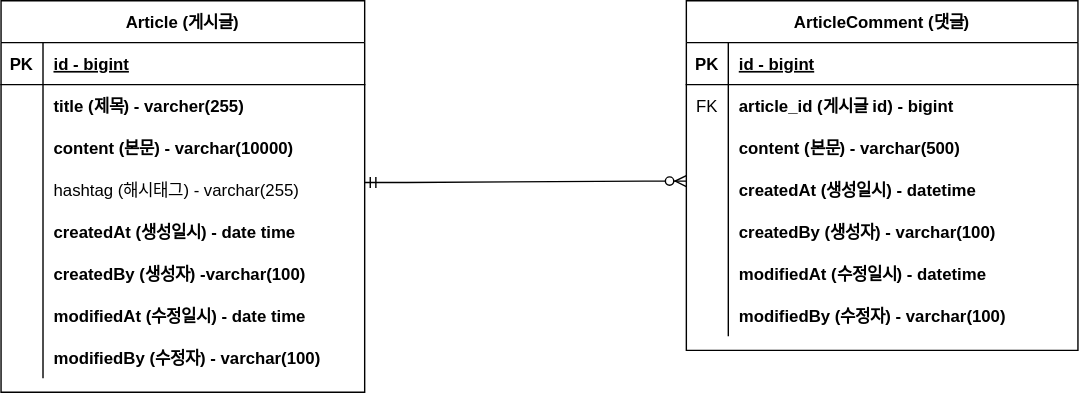
hyeon8571/board keeps this draw.io diagram as document/project-board-erd.svg. Above is the earlier version. Source tidied: cells renumbered, new cells last; positions are measured from the earlier drawing's top-left corner, leaving out a move shared by most shapes.
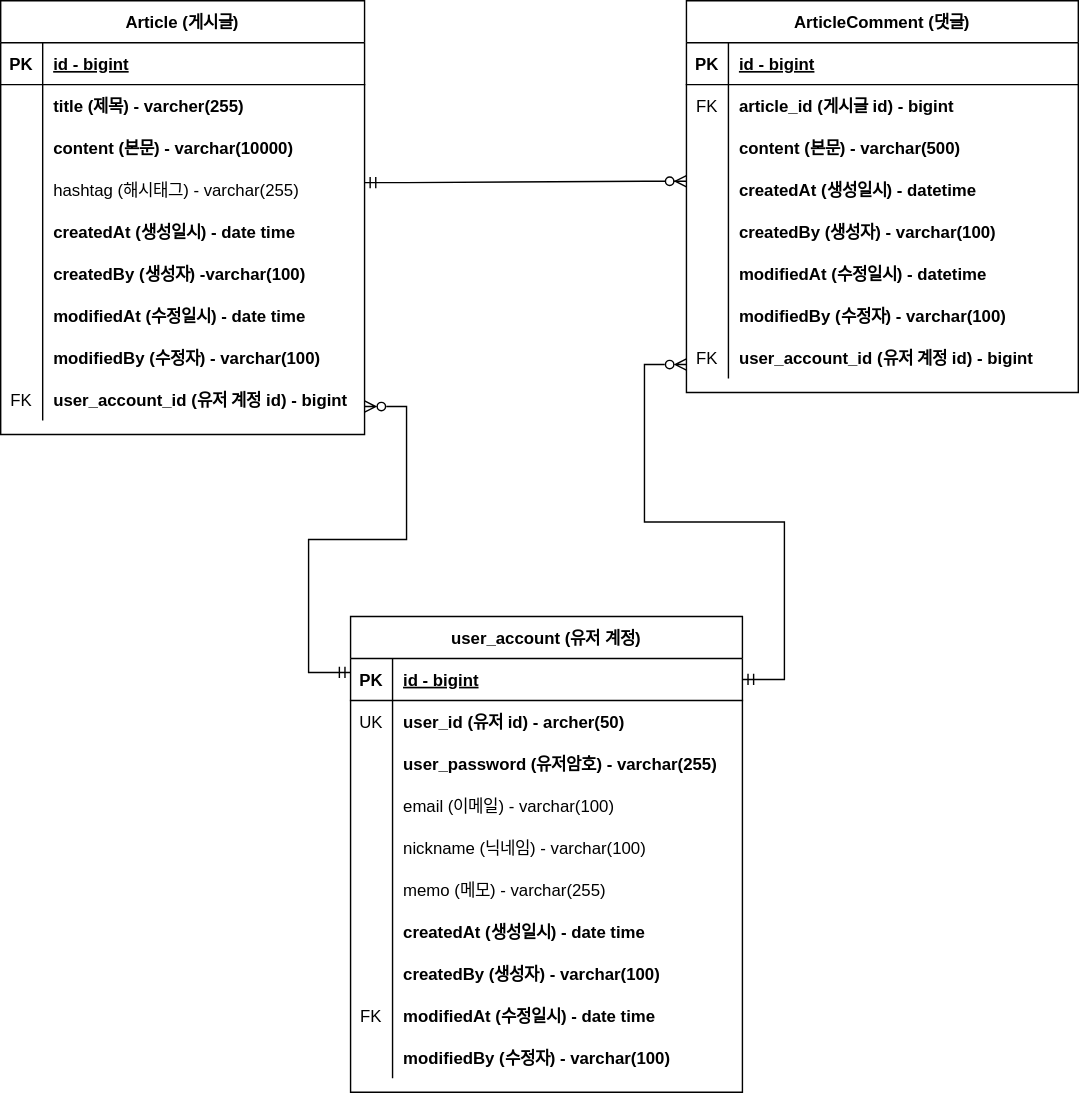
The same file after the commit.

Diff of the diagram source:
```diff
@@ -3,7 +3,7 @@
     <mxCell id="0" />
     <mxCell id="1" parent="0" />
     <mxCell id="2" value="Article (게시글)" style="shape=table;startSize=30;rowLines=0;fontStyle=1;align=center;" parent="1" vertex="1">
-      <mxGeometry width="260" height="280" as="geometry" />
+      <mxGeometry width="260" height="310" as="geometry" />
     </mxCell>
     <mxCell id="3" style="shape=partialRectangle;fillColor=none;top=0;left=0;right=0;bottom=1;" parent="2" vertex="1">
       <mxGeometry y="30" width="260" height="30" as="geometry" />
@@ -77,8 +77,17 @@
     <mxCell id="26" value="modifiedBy (수정자) - varchar(100)" style="shape=partialRectangle;overflow=hidden;fillColor=none;top=0;left=0;bottom=0;right=0;align=left;spacingLeft=6;fontStyle=1;" parent="24" vertex="1">
       <mxGeometry x="30" width="230" height="30" as="geometry" />
     </mxCell>
+    <mxCell id="50" style="shape=partialRectangle;fillColor=none;top=0;left=0;right=0;bottom=0;" parent="2" vertex="1">
+      <mxGeometry y="270" width="260" height="30" as="geometry" />
+    </mxCell>
+    <mxCell id="51" value="FK" style="shape=partialRectangle;overflow=hidden;fillColor=none;top=0;left=0;bottom=0;right=0;" parent="50" vertex="1">
+      <mxGeometry width="30" height="30" as="geometry" />
+    </mxCell>
+    <mxCell id="52" value="user_account_id (유저 계정 id) - bigint" style="shape=partialRectangle;overflow=hidden;fillColor=none;top=0;left=0;bottom=0;right=0;align=left;spacingLeft=6;fontStyle=1;" parent="50" vertex="1">
+      <mxGeometry x="30" width="230" height="30" as="geometry" />
+    </mxCell>
     <mxCell id="27" value="ArticleComment (댓글)" style="shape=table;startSize=30;rowLines=0;fontStyle=1;align=center;" parent="1" vertex="1">
-      <mxGeometry x="490" width="280" height="250" as="geometry" />
+      <mxGeometry x="490" width="280" height="280" as="geometry" />
     </mxCell>
     <mxCell id="28" style="shape=partialRectangle;fillColor=none;top=0;left=0;right=0;bottom=1;" parent="27" vertex="1">
       <mxGeometry y="30" width="280" height="30" as="geometry" />
@@ -143,6 +152,15 @@
     <mxCell id="48" value="modifiedBy (수정자) - varchar(100)" style="shape=partialRectangle;overflow=hidden;fillColor=none;top=0;left=0;bottom=0;right=0;align=left;spacingLeft=6;fontStyle=1;" parent="46" vertex="1">
       <mxGeometry x="30" width="250" height="30" as="geometry" />
     </mxCell>
+    <mxCell id="53" style="shape=partialRectangle;fillColor=none;top=0;left=0;right=0;bottom=0;" parent="27" vertex="1">
+      <mxGeometry y="240" width="280" height="30" as="geometry" />
+    </mxCell>
+    <mxCell id="54" value="FK" style="shape=partialRectangle;overflow=hidden;fillColor=none;top=0;left=0;bottom=0;right=0;" parent="53" vertex="1">
+      <mxGeometry width="30" height="30" as="geometry" />
+    </mxCell>
+    <mxCell id="55" value="user_account_id (유저 계정 id) - bigint" style="shape=partialRectangle;overflow=hidden;fillColor=none;top=0;left=0;bottom=0;right=0;align=left;spacingLeft=6;fontStyle=1;" parent="53" vertex="1">
+      <mxGeometry x="30" width="250" height="30" as="geometry" />
+    </mxCell>
     <mxCell id="49" style="edgeStyle=entityRelationEdgeStyle;fontSize=12;html=1;endArrow=ERzeroToMany;startArrow=ERmandOne;rounded=0;" parent="1" edge="1">
       <mxGeometry relative="1" as="geometry">
         <mxPoint x="260" y="130" as="sourcePoint" />
@@ -152,5 +170,116 @@
         </Array>
       </mxGeometry>
     </mxCell>
+    <mxCell id="56" value="user_account (유저 계정)" style="shape=table;startSize=30;rowLines=0;fontStyle=1;align=center;" parent="1" vertex="1">
+      <mxGeometry x="250" y="440" width="280" height="340" as="geometry" />
+    </mxCell>
+    <mxCell id="57" style="shape=partialRectangle;fillColor=none;points=[[0,0.5],[1,0.5]];portConstraint=eastwest;top=0;left=0;right=0;bottom=1;" parent="56" vertex="1">
+      <mxGeometry y="30" width="280" height="30" as="geometry" />
+    </mxCell>
+    <mxCell id="58" value="PK" style="shape=partialRectangle;overflow=hidden;fillColor=none;top=0;left=0;bottom=0;right=0;fontStyle=1;" parent="57" vertex="1">
+      <mxGeometry width="30" height="30" as="geometry" />
+    </mxCell>
+    <mxCell id="59" value="id - bigint" style="shape=partialRectangle;overflow=hidden;fillColor=none;top=0;left=0;bottom=0;right=0;align=left;spacingLeft=6;fontStyle=5;" parent="57" vertex="1">
+      <mxGeometry x="30" width="250" height="30" as="geometry" />
+    </mxCell>
+    <mxCell id="60" style="shape=partialRectangle;fillColor=none;top=0;left=0;right=0;bottom=0;" parent="56" vertex="1">
+      <mxGeometry y="60" width="280" height="30" as="geometry" />
+    </mxCell>
+    <mxCell id="61" value="UK" style="shape=partialRectangle;overflow=hidden;fillColor=none;top=0;left=0;bottom=0;right=0;" parent="60" vertex="1">
+      <mxGeometry width="30" height="30" as="geometry" />
+    </mxCell>
+    <mxCell id="62" value="user_id (유저 id) - archer(50)" style="shape=partialRectangle;overflow=hidden;fillColor=none;top=0;left=0;bottom=0;right=0;align=left;spacingLeft=6;fontStyle=1;" parent="60" vertex="1">
+      <mxGeometry x="30" width="250" height="30" as="geometry" />
+    </mxCell>
+    <mxCell id="63" style="shape=partialRectangle;fillColor=none;top=0;left=0;right=0;bottom=0;" parent="56" vertex="1">
+      <mxGeometry y="90" width="280" height="30" as="geometry" />
+    </mxCell>
+    <mxCell id="64" style="shape=partialRectangle;overflow=hidden;fillColor=none;top=0;left=0;bottom=0;right=0;" parent="63" vertex="1">
+      <mxGeometry width="30" height="30" as="geometry" />
+    </mxCell>
+    <mxCell id="65" value="user_password (유저암호) - varchar(255)" style="shape=partialRectangle;overflow=hidden;fillColor=none;top=0;left=0;bottom=0;right=0;align=left;spacingLeft=6;fontStyle=1;" parent="63" vertex="1">
+      <mxGeometry x="30" width="250" height="30" as="geometry" />
+    </mxCell>
+    <mxCell id="66" style="shape=partialRectangle;fillColor=none;top=0;left=0;right=0;bottom=0;" parent="56" vertex="1">
+      <mxGeometry y="120" width="280" height="30" as="geometry" />
+    </mxCell>
+    <mxCell id="67" style="shape=partialRectangle;overflow=hidden;fillColor=none;top=0;left=0;bottom=0;right=0;" parent="66" vertex="1">
+      <mxGeometry width="30" height="30" as="geometry" />
+    </mxCell>
+    <mxCell id="68" value="email (이메일) - varchar(100)" style="shape=partialRectangle;overflow=hidden;fillColor=none;top=0;left=0;bottom=0;right=0;align=left;spacingLeft=6;" parent="66" vertex="1">
+      <mxGeometry x="30" width="250" height="30" as="geometry" />
+    </mxCell>
+    <mxCell id="69" style="shape=partialRectangle;fillColor=none;top=0;left=0;right=0;bottom=0;" parent="56" vertex="1">
+      <mxGeometry y="150" width="280" height="30" as="geometry" />
+    </mxCell>
+    <mxCell id="70" style="shape=partialRectangle;overflow=hidden;fillColor=none;top=0;left=0;bottom=0;right=0;" parent="69" vertex="1">
+      <mxGeometry width="30" height="30" as="geometry" />
+    </mxCell>
+    <mxCell id="71" value="nickname (닉네임) - varchar(100)" style="shape=partialRectangle;overflow=hidden;fillColor=none;top=0;left=0;bottom=0;right=0;align=left;spacingLeft=6;fontStyle=0;" parent="69" vertex="1">
+      <mxGeometry x="30" width="250" height="30" as="geometry" />
+    </mxCell>
+    <mxCell id="72" style="shape=partialRectangle;fillColor=none;top=0;left=0;right=0;bottom=0;" parent="56" vertex="1">
+      <mxGeometry y="180" width="280" height="30" as="geometry" />
+    </mxCell>
+    <mxCell id="73" style="shape=partialRectangle;overflow=hidden;fillColor=none;top=0;left=0;bottom=0;right=0;" parent="72" vertex="1">
+      <mxGeometry width="30" height="30" as="geometry" />
+    </mxCell>
+    <mxCell id="74" value="memo (메모) - varchar(255)" style="shape=partialRectangle;overflow=hidden;fillColor=none;top=0;left=0;bottom=0;right=0;align=left;spacingLeft=6;fontStyle=0;" parent="72" vertex="1">
+      <mxGeometry x="30" width="250" height="30" as="geometry" />
+    </mxCell>
+    <mxCell id="75" style="shape=partialRectangle;fillColor=none;top=0;left=0;right=0;bottom=0;" parent="56" vertex="1">
+      <mxGeometry y="210" width="280" height="30" as="geometry" />
+    </mxCell>
+    <mxCell id="76" style="shape=partialRectangle;overflow=hidden;fillColor=none;top=0;left=0;bottom=0;right=0;" parent="75" vertex="1">
+      <mxGeometry width="30" height="30" as="geometry" />
+    </mxCell>
+    <mxCell id="77" value="createdAt (생성일시) - date time" style="shape=partialRectangle;overflow=hidden;fillColor=none;top=0;left=0;bottom=0;right=0;align=left;spacingLeft=6;fontStyle=1;" parent="75" vertex="1">
+      <mxGeometry x="30" width="250" height="30" as="geometry" />
+    </mxCell>
+    <mxCell id="78" style="shape=partialRectangle;fillColor=none;top=0;left=0;right=0;bottom=0;" parent="56" vertex="1">
+      <mxGeometry y="240" width="280" height="30" as="geometry" />
+    </mxCell>
+    <mxCell id="79" style="shape=partialRectangle;overflow=hidden;fillColor=none;top=0;left=0;bottom=0;right=0;" parent="78" vertex="1">
+      <mxGeometry width="30" height="30" as="geometry" />
+    </mxCell>
+    <mxCell id="80" value="createdBy (생성자) - varchar(100)" style="shape=partialRectangle;overflow=hidden;fillColor=none;top=0;left=0;bottom=0;right=0;align=left;spacingLeft=6;fontStyle=1;" parent="78" vertex="1">
+      <mxGeometry x="30" width="250" height="30" as="geometry" />
+    </mxCell>
+    <mxCell id="81" style="shape=partialRectangle;fillColor=none;top=0;left=0;right=0;bottom=0;" parent="56" vertex="1">
+      <mxGeometry y="270" width="280" height="30" as="geometry" />
+    </mxCell>
+    <mxCell id="82" value="FK" style="shape=partialRectangle;overflow=hidden;fillColor=none;top=0;left=0;bottom=0;right=0;" parent="81" vertex="1">
+      <mxGeometry width="30" height="30" as="geometry" />
+    </mxCell>
+    <mxCell id="83" value="modifiedAt (수정일시) - date time" style="shape=partialRectangle;overflow=hidden;fillColor=none;top=0;left=0;bottom=0;right=0;align=left;spacingLeft=6;fontStyle=1;" parent="81" vertex="1">
+      <mxGeometry x="30" width="250" height="30" as="geometry" />
+    </mxCell>
+    <mxCell id="84" style="shape=partialRectangle;fillColor=none;top=0;left=0;right=0;bottom=0;" parent="56" vertex="1">
+      <mxGeometry y="300" width="280" height="30" as="geometry" />
+    </mxCell>
+    <mxCell id="85" style="shape=partialRectangle;overflow=hidden;fillColor=none;top=0;left=0;bottom=0;right=0;" parent="84" vertex="1">
+      <mxGeometry width="30" height="30" as="geometry" />
+    </mxCell>
+    <mxCell id="86" value="modifiedBy (수정자) - varchar(100)" style="shape=partialRectangle;overflow=hidden;fillColor=none;top=0;left=0;bottom=0;right=0;align=left;spacingLeft=6;fontStyle=1;" parent="84" vertex="1">
+      <mxGeometry x="30" width="250" height="30" as="geometry" />
+    </mxCell>
+    <mxCell id="87" style="edgeStyle=entityRelationEdgeStyle;fontSize=12;html=1;endArrow=ERmandOne;startArrow=ERzeroToMany;rounded=0;entryX=0;entryY=0.5;entryDx=0;entryDy=0;exitX=1;exitY=0.5;exitDx=0;exitDy=0;startFill=0;endFill=0;" parent="1" edge="1">
+      <mxGeometry relative="1" as="geometry">
+        <mxPoint x="260" y="290" as="sourcePoint" />
+        <mxPoint x="250" y="480" as="targetPoint" />
+        <Array as="points">
+          <mxPoint x="200" y="435" />
+        </Array>
+      </mxGeometry>
+    </mxCell>
+    <mxCell id="88" style="edgeStyle=entityRelationEdgeStyle;fontSize=12;html=1;endArrow=ERzeroToMany;startArrow=ERmandOne;rounded=0;entryX=0;entryY=0.5;entryDx=0;entryDy=0;exitX=1;exitY=0.5;exitDx=0;exitDy=0;startFill=0;endFill=0;" parent="1" edge="1" source="57">
+      <mxGeometry relative="1" as="geometry">
+        <mxPoint x="490" y="260" as="targetPoint" />
+        <Array as="points">
+          <mxPoint x="430" y="405" />
+          <mxPoint x="590" y="400" />
+        </Array>
+      </mxGeometry>
+    </mxCell>
   </root>
 </mxGraphModel>
```
